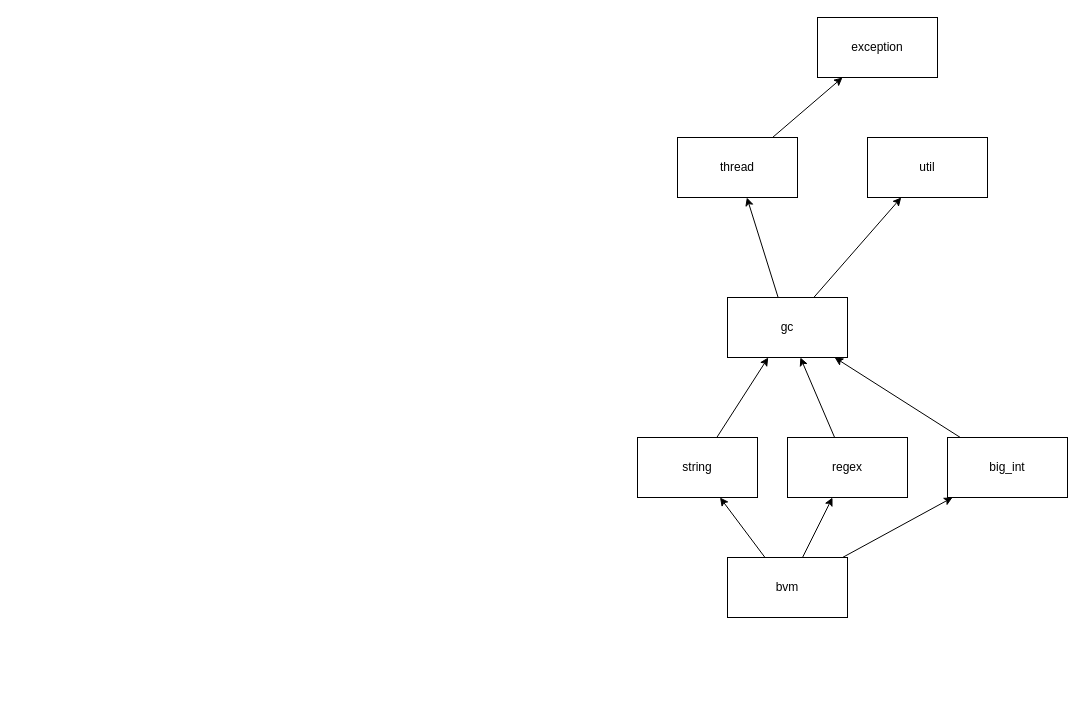
Before: page "Dependencies" (3 of 3) of Components.drawio in bialang/bia, a draw.io diagram. Source tidied: cells renumbered, new cells numbered last; positions are measured from the earlier drawing's top-left corner, leaving out a move shared by most shapes. Both pictures are drawn from the tidied source at 100%, with x=0, y=0 at pixel (637, 17).
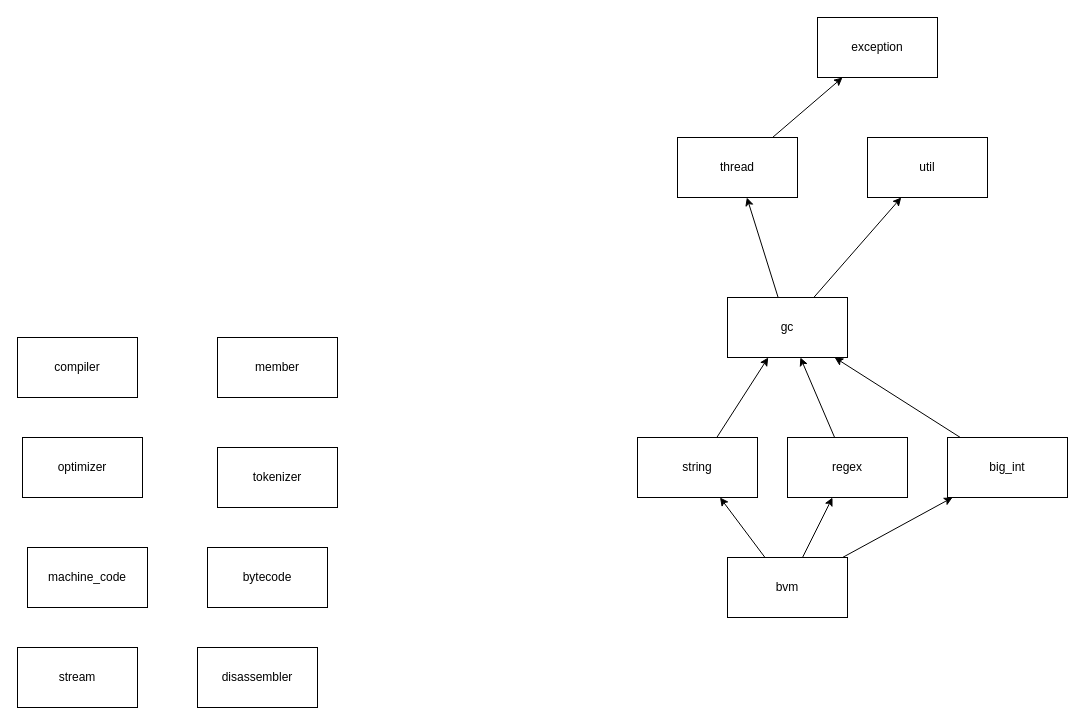
Above is the later version.

Change to the diagram source:
```diff
@@
+    <mxCell id="19" value="tokenizer" style="rounded=0;whiteSpace=wrap;html=1;" parent="1" vertex="1">
+      <mxGeometry x="-420" y="430" width="120" height="60" as="geometry" />
+    </mxCell>
+    <mxCell id="20" value="member" style="rounded=0;whiteSpace=wrap;html=1;" parent="1" vertex="1">
+      <mxGeometry x="-420" y="320" width="120" height="60" as="geometry" />
+    </mxCell>
+    <mxCell id="21" value="compiler" style="rounded=0;whiteSpace=wrap;html=1;" parent="1" vertex="1">
+      <mxGeometry x="-620" y="320" width="120" height="60" as="geometry" />
+    </mxCell>
+    <mxCell id="22" value="optimizer" style="rounded=0;whiteSpace=wrap;html=1;" parent="1" vertex="1">
+      <mxGeometry x="-615" y="420" width="120" height="60" as="geometry" />
+    </mxCell>
+    <mxCell id="23" value="machine_code" style="rounded=0;whiteSpace=wrap;html=1;" parent="1" vertex="1">
+      <mxGeometry x="-610" y="530" width="120" height="60" as="geometry" />
+    </mxCell>
+    <mxCell id="24" value="bytecode" style="rounded=0;whiteSpace=wrap;html=1;" parent="1" vertex="1">
+      <mxGeometry x="-430" y="530" width="120" height="60" as="geometry" />
+    </mxCell>
+    <mxCell id="25" value="stream" style="rounded=0;whiteSpace=wrap;html=1;" parent="1" vertex="1">
+      <mxGeometry x="-620" y="630" width="120" height="60" as="geometry" />
+    </mxCell>
+    <mxCell id="26" value="disassembler" style="rounded=0;whiteSpace=wrap;html=1;" parent="1" vertex="1">
+      <mxGeometry x="-440" y="630" width="120" height="60" as="geometry" />
+    </mxCell>
```
